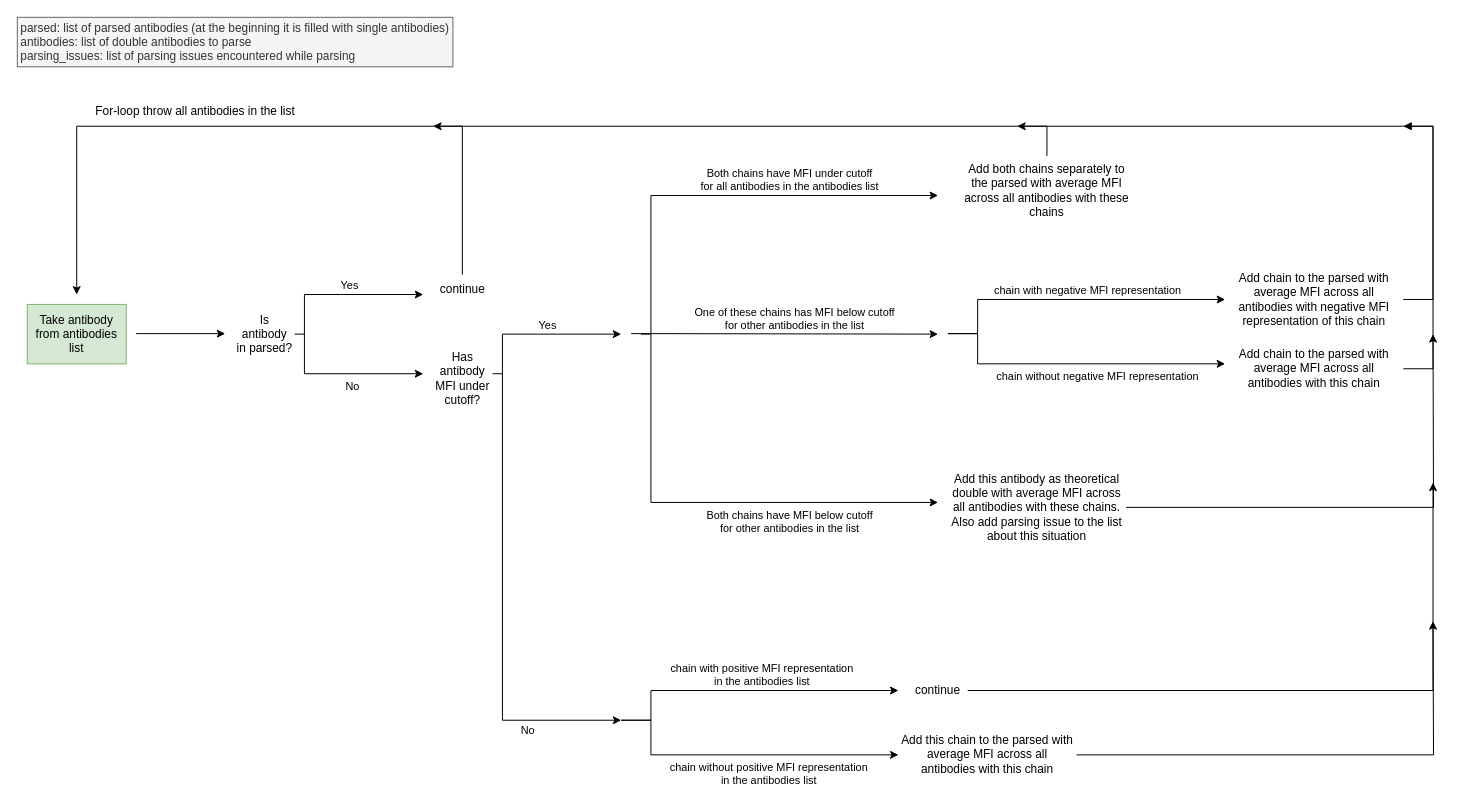
Earlier version of the draw.io diagram documentation/double_antibodies_parsing/double_antibodies_parsing_algorithm.drawio (mild-blue/txmatching). Source tidied: cells renumbered, new cells numbered last; positions are measured from the earlier drawing's top-left corner, leaving out a move shared by most shapes. Both pictures are drawn from the tidied source at 99%, with x=0, y=0 at pixel (17, 17).
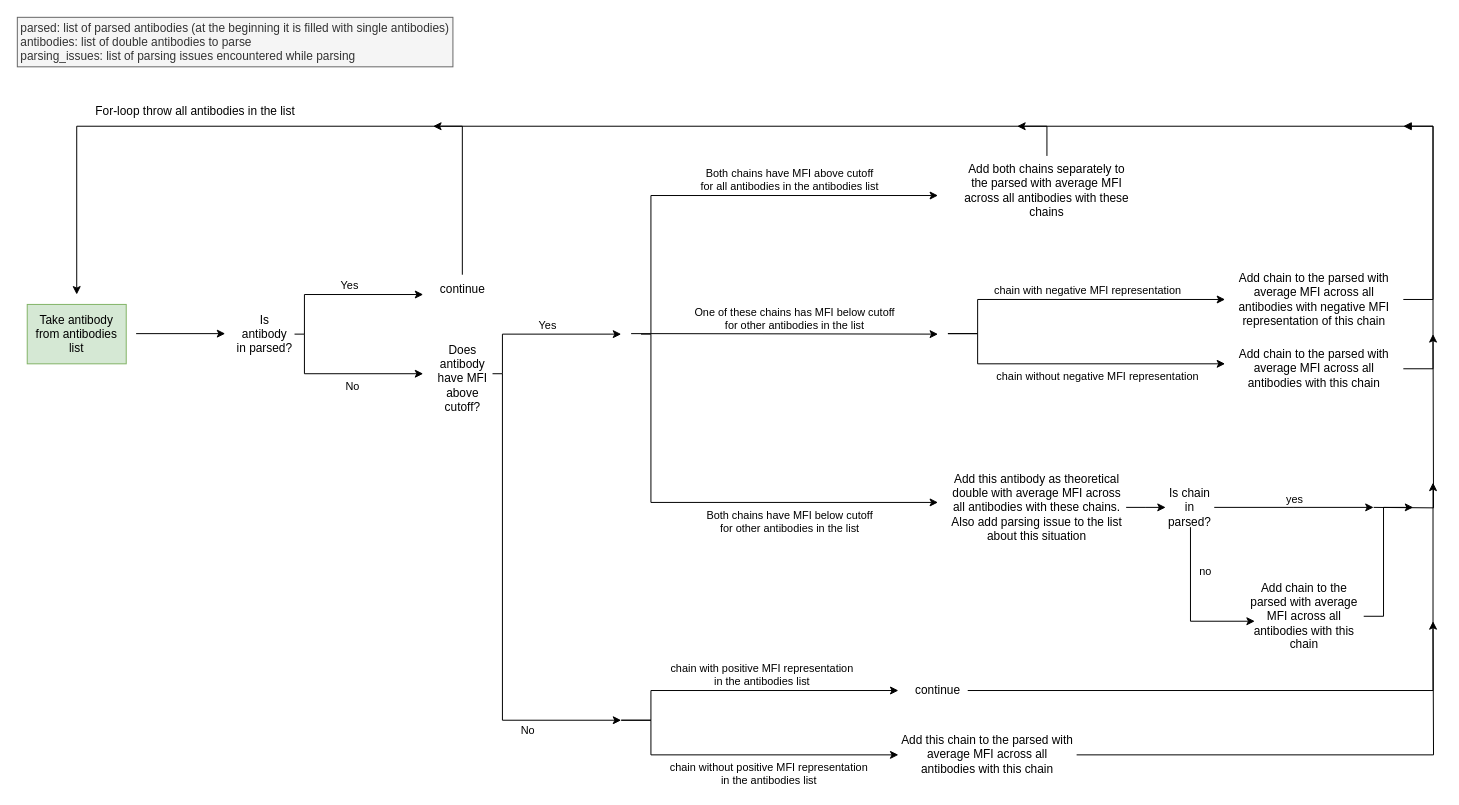
After the change.

Commit message (it also covers changes not shown here):
Correct scheme.

Unchanged cells that the change refers to:
```xml
<mxCell id="25" value="Add this antibody as theoretical double with average MFI across all antibodies with these chains.&lt;br&gt;Also add parsing issue to the list about this situation" style="text;strokeColor=none;align=center;fillColor=none;html=1;verticalAlign=middle;whiteSpace=wrap;rounded=0;" parent="1" vertex="1">
  <mxGeometry x="940" y="460" width="180" height="70" as="geometry" />
</mxCell>
```

Change to the diagram source:
```diff
@@
-    <mxCell id="10" value="Has antibody MFI under cutoff?" style="text;strokeColor=none;align=center;fillColor=none;html=1;verticalAlign=middle;whiteSpace=wrap;rounded=0;" parent="1" vertex="1">
+    <mxCell id="10" value="Does antibody have MFI above cutoff?" style="text;strokeColor=none;align=center;fillColor=none;html=1;verticalAlign=middle;whiteSpace=wrap;rounded=0;" parent="1" vertex="1">
       <mxGeometry x="420" y="350" width="60" height="30" as="geometry" />
     </mxCell>
@@
-    <mxCell id="13" value="Both chains have MFI under cutoff&lt;br&gt;for all antibodies in the antibodies list" style="edgeStyle=elbowEdgeStyle;orthogonalLoop=1;jettySize=auto;html=1;rounded=0;align=center;verticalAlign=bottom;" parent="1" edge="1">
+    <mxCell id="13" value="Both chains have MFI above cutoff&lt;br&gt;for all antibodies in the antibodies list" style="edgeStyle=elbowEdgeStyle;orthogonalLoop=1;jettySize=auto;html=1;rounded=0;align=center;verticalAlign=bottom;" parent="1" edge="1">
       <mxGeometry x="0.33" relative="1" as="geometry">
         <mxPoint x="620" y="319.5" as="sourcePoint" />
         <mxPoint x="930" y="180" as="targetPoint" />
         <Array as="points">
           <mxPoint x="640" y="280" />
         </Array>
       </mxGeometry>
     </mxCell>
@@
-    <mxCell id="24" style="edgeStyle=orthogonalEdgeStyle;rounded=0;jettySize=auto;html=1;endArrow=classic;endFill=1;" parent="1" edge="1" source="25">
+    <mxCell id="24" style="edgeStyle=orthogonalEdgeStyle;rounded=0;orthogonalLoop=1;jettySize=auto;html=1;endArrow=classic;endFill=1;" parent="1" edge="1">
       <mxGeometry relative="1" as="geometry">
+        <mxPoint x="1370" y="495" as="sourcePoint" />
         <mxPoint x="1430" y="320" as="targetPoint" />
       </mxGeometry>
     </mxCell>
+    <mxCell id="33" style="edgeStyle=orthogonalEdgeStyle;rounded=0;jettySize=auto;html=1;exitX=1;exitY=0.5;exitDx=0;exitDy=0;" parent="1" edge="1" source="25">
+      <mxGeometry relative="1" as="geometry">
+        <mxPoint x="1160" y="495" as="targetPoint" />
+      </mxGeometry>
+    </mxCell>
@@
+    <mxCell id="34" value="yes" style="edgeStyle=orthogonalEdgeStyle;rounded=0;jettySize=auto;html=1;verticalAlign=bottom;" parent="1" edge="1" source="36">
+      <mxGeometry relative="1" as="geometry">
+        <mxPoint x="1370" y="495" as="targetPoint" />
+      </mxGeometry>
+    </mxCell>
+    <mxCell id="35" value="no" style="edgeStyle=elbowEdgeStyle;rounded=0;jettySize=auto;html=1;verticalAlign=middle;" parent="1" edge="1" source="36">
+      <mxGeometry x="-0.44" y="15" relative="1" as="geometry">
+        <mxPoint x="1250" y="610" as="targetPoint" />
+        <Array as="points">
+          <mxPoint x="1185" y="560" />
+        </Array>
+      </mxGeometry>
+    </mxCell>
+    <mxCell id="36" value="Is chain in parsed?" style="text;strokeColor=none;align=center;fillColor=none;html=1;verticalAlign=middle;whiteSpace=wrap;rounded=0;" parent="1" vertex="1">
+      <mxGeometry x="1160" y="475" width="49" height="40" as="geometry" />
+    </mxCell>
+    <mxCell id="37" style="edgeStyle=elbowEdgeStyle;rounded=0;jettySize=auto;html=1;" parent="1" edge="1" source="38">
+      <mxGeometry relative="1" as="geometry">
+        <mxPoint x="1410" y="495" as="targetPoint" />
+        <Array as="points">
+          <mxPoint x="1380" y="550" />
+        </Array>
+      </mxGeometry>
+    </mxCell>
+    <mxCell id="38" value="Add chain to the parsed with average MFI across all antibodies with this chain" style="text;strokeColor=none;align=center;fillColor=none;html=1;verticalAlign=middle;whiteSpace=wrap;rounded=0;" parent="1" vertex="1">
+      <mxGeometry x="1240" y="580" width="120" height="50" as="geometry" />
+    </mxCell>
```
